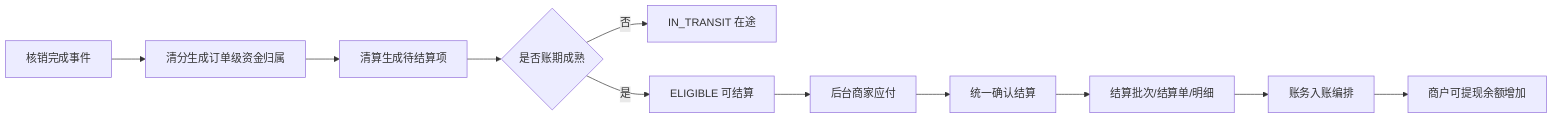
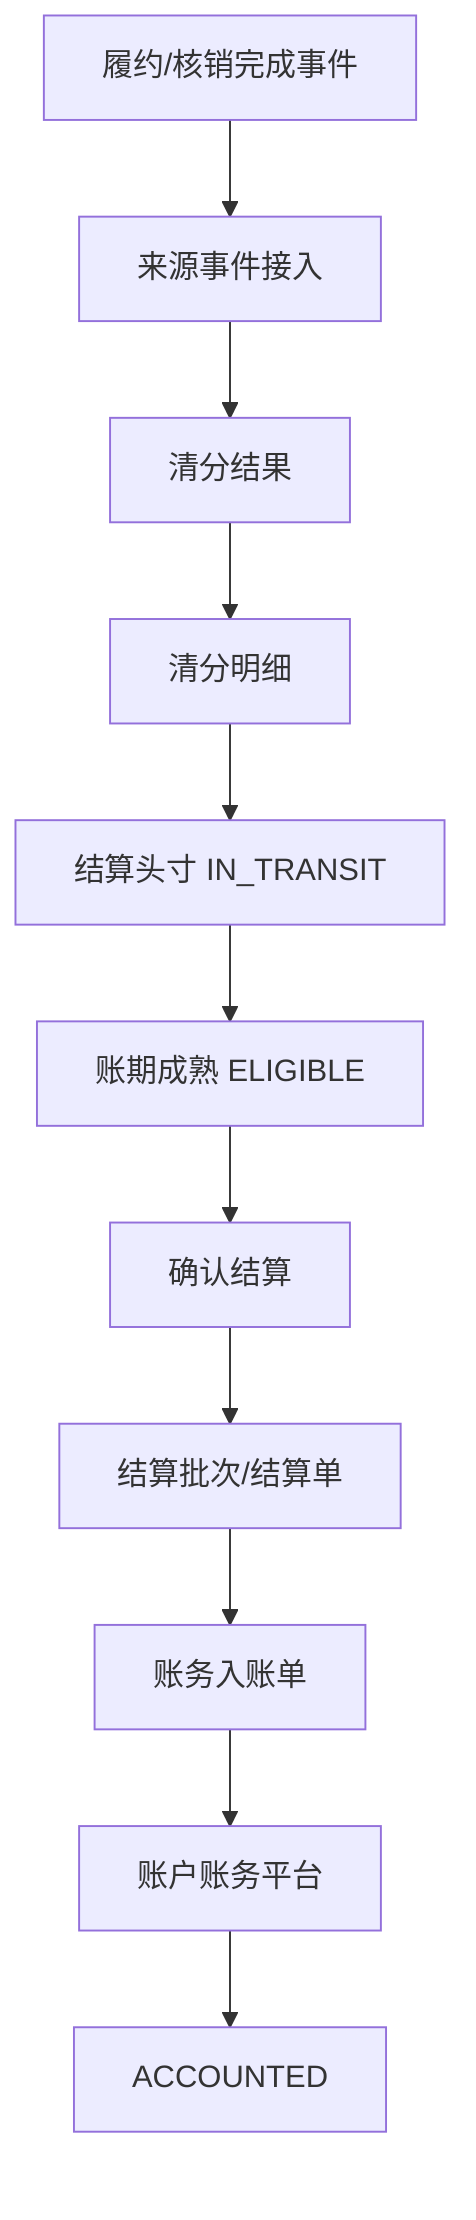
- flowchart LR
-   A[核销完成事件] --> B[清分生成订单级资金归属]
-   B --> C[清算生成待结算项]
-   C --> D{是否账期成熟}
-   D -- 否 --> E[IN_TRANSIT 在途]
-   D -- 是 --> F[ELIGIBLE 可结算]
-   F --> G[后台商家应付]
-   G --> H[统一确认结算]
-   H --> I[结算批次/结算单/明细]
-   I --> J[账务入账编排]
-   J --> K[商户可提现余额增加]
+ flowchart TD
+     A[履约/核销完成事件] --> B[来源事件接入]
+     B --> C[清分结果]
+     C --> D[清分明细]
+     D --> E[结算头寸 IN_TRANSIT]
+     E --> F[账期成熟 ELIGIBLE]
+     F --> G[确认结算]
+     G --> H[结算批次/结算单]
+     H --> I[账务入账单]
+     I --> J[账户账务平台]
+     J --> K[ACCOUNTED]
